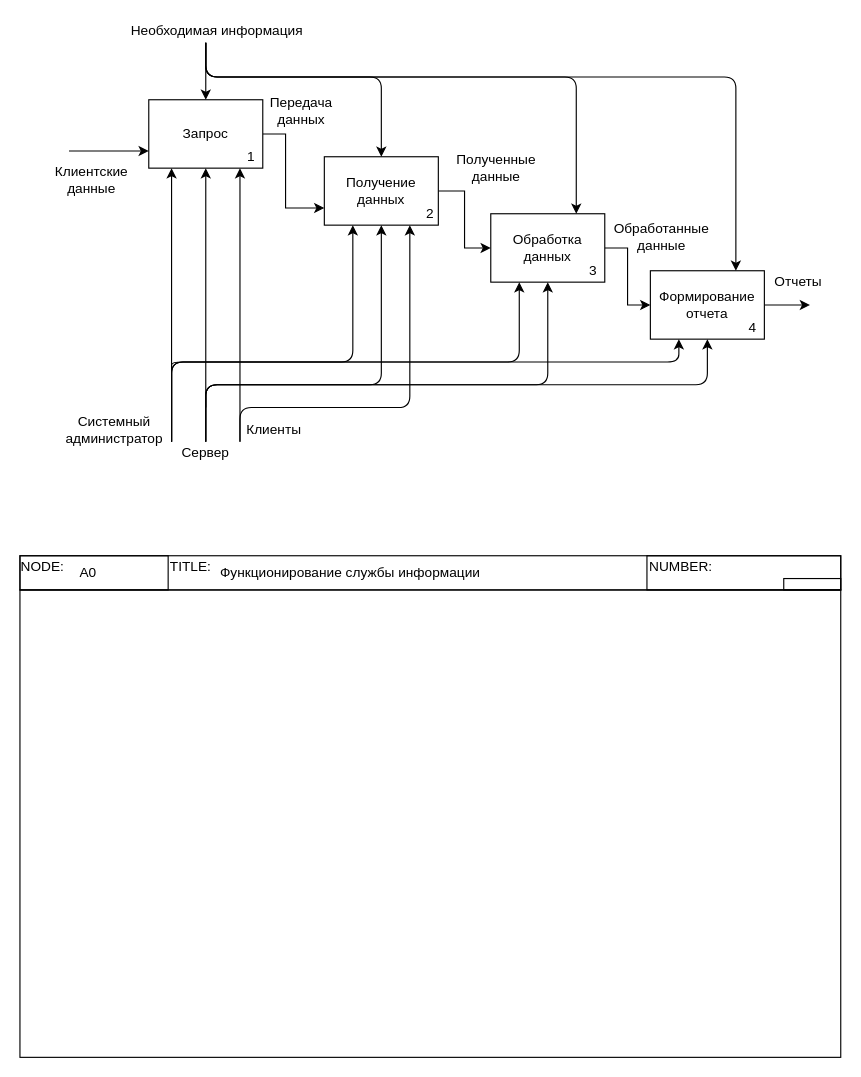
Before: Декомпозиция контекстной диаграммы.drawio in OhotnikovV/AvIS, a draw.io diagram. Source tidied: cells renumbered, new cells numbered last; positions are measured from the earlier drawing's top-left corner, leaving out a move shared by most shapes. Both pictures are drawn from the tidied source at 114%, with x=0, y=0 at pixel (19, 19).
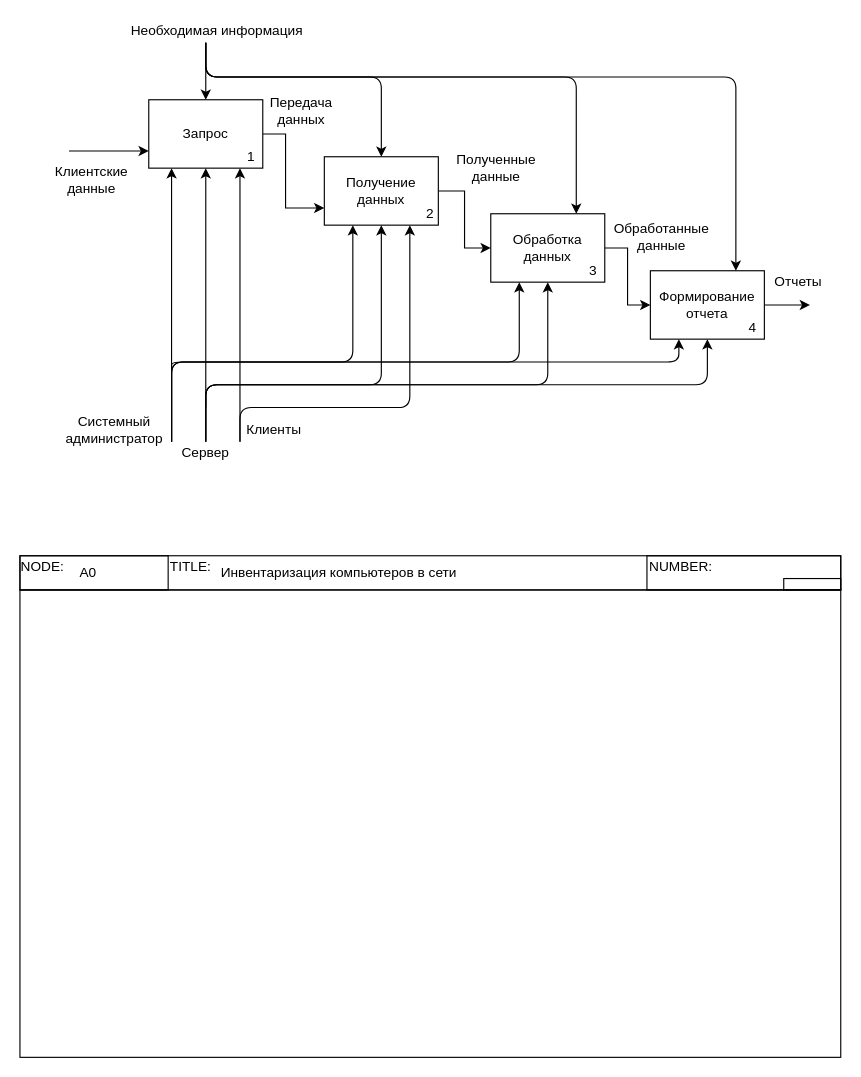
The same diagram, later.

Commit message:
Дерактирование тайтла

What changed in the source:
```diff
@@
-    <mxCell id="39" value="Функционирование службы информации" style="text;html=1;strokeColor=none;fillColor=none;align=center;verticalAlign=middle;whiteSpace=wrap;rounded=0;" parent="1" vertex="1">
-      <mxGeometry x="170" y="475" width="240" height="20" as="geometry" />
-    </mxCell>
@@
+    <mxCell id="48" value="Инвентаризация компьютеров в сети" style="text;html=1;strokeColor=none;fillColor=none;align=center;verticalAlign=middle;whiteSpace=wrap;rounded=0;shadow=0;" parent="1" vertex="1">
+      <mxGeometry x="170" y="475" width="220" height="20" as="geometry" />
+    </mxCell>
```
